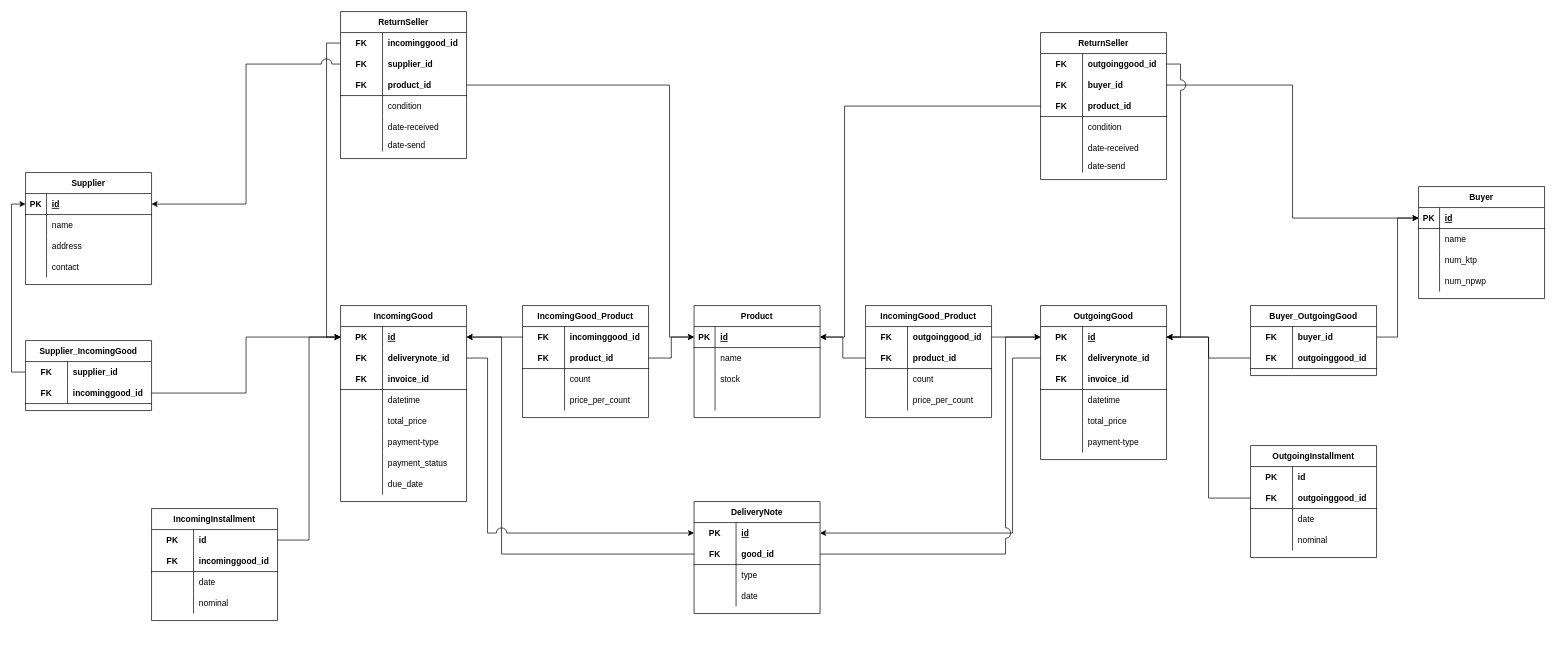
Before: docs/Relational Model.drawio in shandygunawan/InventoryStore, a draw.io diagram. Source tidied: cells renumbered, new cells numbered last; positions are measured from the earlier drawing's top-left corner, leaving out a move shared by most shapes. Both pictures are drawn from the tidied source at 70%, with x=0, y=0 at pixel (25, 11).
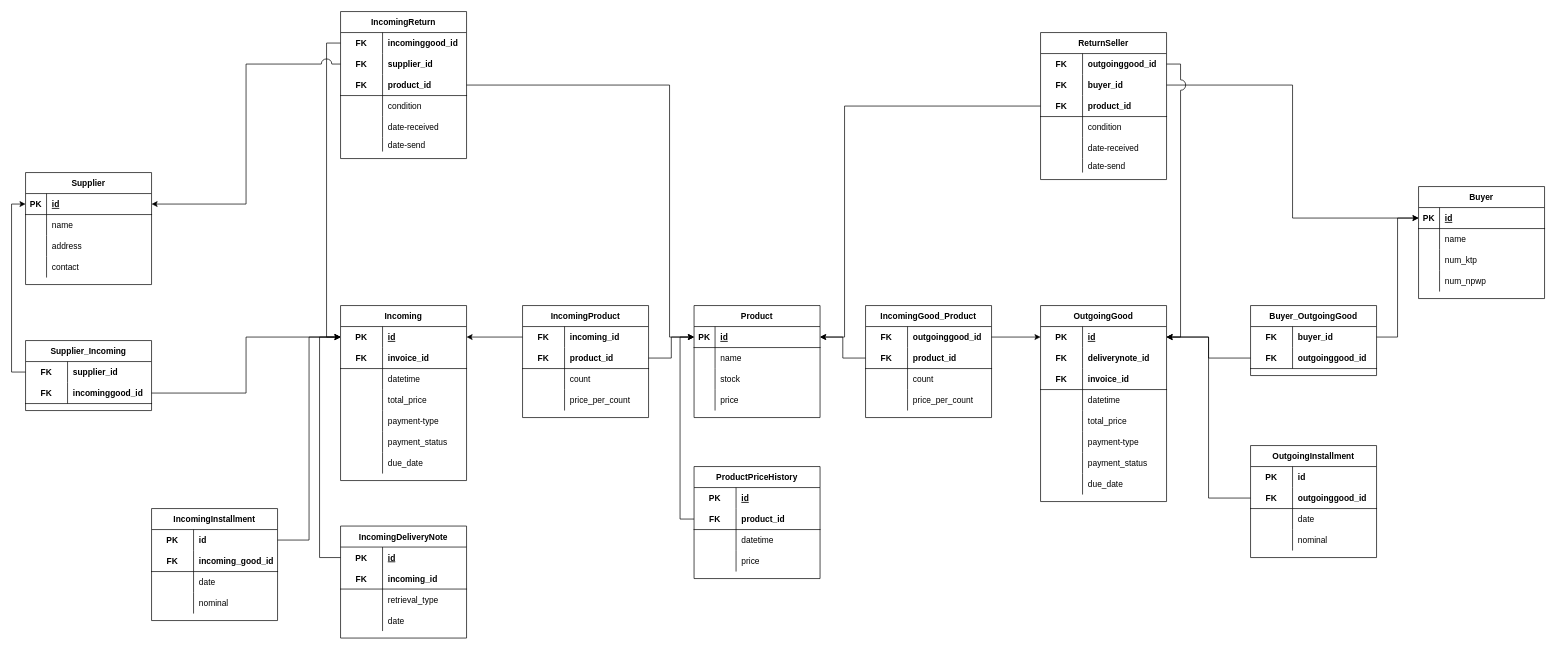
The same diagram, later.

The change refers to these unchanged cells:
```xml
<mxCell id="3" style="shape=partialRectangle;fillColor=none;top=0;left=0;bottom=1;right=0;points=[[0,0.5],[1,0.5]];portConstraint=eastwest;" parent="2" vertex="1">
  <mxGeometry y="30" width="180" height="30" as="geometry" />
</mxCell>
<mxCell id="12" style="shape=partialRectangle;fillColor=none;top=0;left=0;bottom=0;right=0;" parent="2" vertex="1">
  <mxGeometry y="120" width="180" height="30" as="geometry" />
</mxCell>
<mxCell id="16" style="shape=partialRectangle;fillColor=none;top=0;left=0;bottom=0;right=0;points=[[0,0.5],[1,0.5]];portConstraint=eastwest;" parent="15" vertex="1">
  <mxGeometry y="30" width="180" height="30" as="geometry" />
</mxCell>
<mxCell id="100" style="shape=partialRectangle;fillColor=none;top=0;left=0;bottom=0;right=0;points=[[0,0.5],[1,0.5]];portConstraint=eastwest;" parent="99" vertex="1">
  <mxGeometry y="30" width="180" height="30" as="geometry" />
</mxCell>
<mxCell id="129" style="shape=partialRectangle;fillColor=none;top=0;left=0;bottom=0;right=0;points=[[0,0.5],[1,0.5]];portConstraint=eastwest;" parent="128" vertex="1">
  <mxGeometry y="30" width="180" height="30" as="geometry" />
</mxCell>
<mxCell id="132" style="shape=partialRectangle;fillColor=none;top=0;left=0;bottom=0;right=0;points=[[0,0.5],[1,0.5]];portConstraint=eastwest;" parent="128" vertex="1">
  <mxGeometry y="60" width="180" height="30" as="geometry" />
</mxCell>
<mxCell id="198" style="shape=partialRectangle;fillColor=none;top=0;left=0;bottom=1;right=0;" parent="194" vertex="1">
  <mxGeometry y="60" width="180" height="30" as="geometry" />
</mxCell>
```

Change to the diagram source:
```diff
@@
-    <mxCell id="14" style="shape=partialRectangle;fillColor=none;top=0;left=0;bottom=0;right=0;align=left;spacingLeft=6;overflow=hidden;" parent="12" vertex="1">
+    <mxCell id="14" value="price" style="shape=partialRectangle;fillColor=none;top=0;left=0;bottom=0;right=0;align=left;spacingLeft=6;overflow=hidden;" parent="12" vertex="1">
       <mxGeometry x="30" width="150" height="30" as="geometry" />
     </mxCell>
-    <mxCell id="15" value="IncomingGood" style="shape=table;startSize=30;childLayout=tableLayout;rowLines=0;fontStyle=1;align=center;" parent="1" vertex="1">
-      <mxGeometry x="450" y="420" width="180" height="280" as="geometry" />
+    <mxCell id="15" value="Incoming" style="shape=table;startSize=30;childLayout=tableLayout;rowLines=0;fontStyle=1;align=center;" parent="1" vertex="1">
+      <mxGeometry x="450" y="420" width="180" height="250" as="geometry" />
     </mxCell>
@@
-    <mxCell id="19" style="shape=partialRectangle;fillColor=none;top=0;left=0;bottom=0;right=0;points=[[0,0.5],[1,0.5]];portConstraint=eastwest;" parent="15" vertex="1">
-      <mxGeometry y="60" width="180" height="30" as="geometry" />
-    </mxCell>
-    <mxCell id="20" value="FK" style="shape=partialRectangle;fillColor=none;top=0;left=0;bottom=0;right=0;fontStyle=1;overflow=hidden;" parent="19" vertex="1">
-      <mxGeometry width="60" height="30" as="geometry" />
-    </mxCell>
-    <mxCell id="21" value="deliverynote_id" style="shape=partialRectangle;fillColor=none;top=0;left=0;bottom=0;right=0;align=left;spacingLeft=6;fontStyle=1;overflow=hidden;" parent="19" vertex="1">
-      <mxGeometry x="60" width="120" height="30" as="geometry" />
-    </mxCell>
     <mxCell id="22" style="shape=partialRectangle;fillColor=none;top=0;left=0;bottom=1;right=0;" parent="15" vertex="1">
-      <mxGeometry y="90" width="180" height="30" as="geometry" />
+      <mxGeometry y="60" width="180" height="30" as="geometry" />
     </mxCell>
@@
     <mxCell id="25" style="shape=partialRectangle;fillColor=none;top=0;left=0;bottom=0;right=0;" parent="15" vertex="1">
-      <mxGeometry y="120" width="180" height="30" as="geometry" />
+      <mxGeometry y="90" width="180" height="30" as="geometry" />
     </mxCell>
@@
     <mxCell id="28" style="shape=partialRectangle;fillColor=none;top=0;left=0;bottom=0;right=0;" parent="15" vertex="1">
-      <mxGeometry y="150" width="180" height="30" as="geometry" />
+      <mxGeometry y="120" width="180" height="30" as="geometry" />
     </mxCell>
@@
     <mxCell id="31" style="shape=partialRectangle;fillColor=none;top=0;left=0;bottom=0;right=0;" parent="15" vertex="1">
-      <mxGeometry y="180" width="180" height="30" as="geometry" />
+      <mxGeometry y="150" width="180" height="30" as="geometry" />
     </mxCell>
@@
     <mxCell id="34" style="shape=partialRectangle;fillColor=none;top=0;left=0;bottom=0;right=0;" parent="15" vertex="1">
-      <mxGeometry y="210" width="180" height="30" as="geometry" />
+      <mxGeometry y="180" width="180" height="30" as="geometry" />
     </mxCell>
@@
     <mxCell id="37" style="shape=partialRectangle;fillColor=none;top=0;left=0;bottom=0;right=0;" parent="15" vertex="1">
-      <mxGeometry y="240" width="180" height="30" as="geometry" />
+      <mxGeometry y="210" width="180" height="30" as="geometry" />
     </mxCell>
@@
-    <mxCell id="40" value="DeliveryNote" style="shape=table;startSize=30;childLayout=tableLayout;rowLines=0;fontStyle=1;align=center;" parent="1" vertex="1">
-      <mxGeometry x="955" y="700" width="180" height="160" as="geometry" />
-    </mxCell>
-    <mxCell id="41" style="shape=partialRectangle;fillColor=none;top=0;left=0;bottom=0;right=0;points=[[0,0.5],[1,0.5]];portConstraint=eastwest;" parent="40" vertex="1">
-      <mxGeometry y="30" width="180" height="30" as="geometry" />
-    </mxCell>
-    <mxCell id="42" value="PK" style="shape=partialRectangle;fillColor=none;top=0;left=0;bottom=0;right=0;fontStyle=1;overflow=hidden;" parent="41" vertex="1">
-      <mxGeometry width="60" height="30" as="geometry" />
-    </mxCell>
-    <mxCell id="43" value="id" style="shape=partialRectangle;fillColor=none;top=0;left=0;bottom=0;right=0;align=left;spacingLeft=6;fontStyle=5;overflow=hidden;" parent="41" vertex="1">
-      <mxGeometry x="60" width="120" height="30" as="geometry" />
-    </mxCell>
-    <mxCell id="44" style="shape=partialRectangle;fillColor=none;top=0;left=0;bottom=1;right=0;points=[[0,0.5],[1,0.5]];portConstraint=eastwest;" parent="40" vertex="1">
-      <mxGeometry y="60" width="180" height="30" as="geometry" />
-    </mxCell>
-    <mxCell id="45" value="FK" style="shape=partialRectangle;fillColor=none;top=0;left=0;bottom=0;right=0;fontStyle=1;overflow=hidden;" parent="44" vertex="1">
-      <mxGeometry width="60" height="30" as="geometry" />
-    </mxCell>
-    <mxCell id="46" value="good_id" style="shape=partialRectangle;fillColor=none;top=0;left=0;bottom=0;right=0;align=left;spacingLeft=6;fontStyle=1;overflow=hidden;" parent="44" vertex="1">
-      <mxGeometry x="60" width="120" height="30" as="geometry" />
-    </mxCell>
-    <mxCell id="47" style="shape=partialRectangle;fillColor=none;top=0;left=0;bottom=0;right=0;" parent="40" vertex="1">
-      <mxGeometry y="90" width="180" height="30" as="geometry" />
-    </mxCell>
-    <mxCell id="48" style="shape=partialRectangle;fillColor=none;top=0;left=0;bottom=0;right=0;overflow=hidden;" parent="47" vertex="1">
-      <mxGeometry width="60" height="30" as="geometry" />
-    </mxCell>
-    <mxCell id="49" value="type" style="shape=partialRectangle;fillColor=none;top=0;left=0;bottom=0;right=0;align=left;spacingLeft=6;overflow=hidden;" parent="47" vertex="1">
-      <mxGeometry x="60" width="120" height="30" as="geometry" />
-    </mxCell>
-    <mxCell id="50" style="shape=partialRectangle;fillColor=none;top=0;left=0;bottom=0;right=0;" parent="40" vertex="1">
-      <mxGeometry y="120" width="180" height="30" as="geometry" />
-    </mxCell>
-    <mxCell id="51" style="shape=partialRectangle;fillColor=none;top=0;left=0;bottom=0;right=0;overflow=hidden;" parent="50" vertex="1">
-      <mxGeometry width="60" height="30" as="geometry" />
-    </mxCell>
-    <mxCell id="52" value="date" style="shape=partialRectangle;fillColor=none;top=0;left=0;bottom=0;right=0;align=left;spacingLeft=6;overflow=hidden;" parent="50" vertex="1">
-      <mxGeometry x="60" width="120" height="30" as="geometry" />
-    </mxCell>
-    <mxCell id="53" style="edgeStyle=orthogonalEdgeStyle;rounded=0;jumpStyle=arc;jumpSize=10;jettySize=auto;html=1;entryX=1;entryY=0.5;entryDx=0;entryDy=0;" parent="1" edge="1" source="44" target="16">
-      <mxGeometry relative="1" as="geometry">
-        <Array as="points">
-          <mxPoint x="680" y="775" />
-          <mxPoint x="680" y="465" />
-        </Array>
-      </mxGeometry>
-    </mxCell>
-    <mxCell id="54" style="edgeStyle=orthogonalEdgeStyle;rounded=0;jumpStyle=arc;jumpSize=15;jettySize=auto;html=1;entryX=0;entryY=0.5;entryDx=0;entryDy=0;" parent="1" edge="1" source="19" target="41">
-      <mxGeometry relative="1" as="geometry">
-        <Array as="points">
-          <mxPoint x="660" y="495" />
-          <mxPoint x="660" y="745" />
-        </Array>
-      </mxGeometry>
-    </mxCell>
@@
-    <mxCell id="68" value="Supplier_IncomingGood" style="shape=table;startSize=30;childLayout=tableLayout;rowLines=0;fontStyle=1;align=center;" parent="1" vertex="1">
+    <mxCell id="68" value="Supplier_Incoming" style="shape=table;startSize=30;childLayout=tableLayout;rowLines=0;fontStyle=1;align=center;" parent="1" vertex="1">
       <mxGeometry y="470" width="180" height="100" as="geometry" />
     </mxCell>
@@
-    <mxCell id="77" value="ReturnSeller" style="shape=table;startSize=30;childLayout=tableLayout;rowLines=0;fontStyle=1;align=center;" parent="1" vertex="1">
+    <mxCell id="77" value="IncomingReturn" style="shape=table;startSize=30;childLayout=tableLayout;rowLines=0;fontStyle=1;align=center;" parent="1" vertex="1">
       <mxGeometry x="450" width="180" height="210" as="geometry" />
     </mxCell>
@@
-    <mxCell id="99" value="IncomingGood_Product" style="shape=table;startSize=30;childLayout=tableLayout;rowLines=0;fontStyle=1;align=center;" parent="1" vertex="1">
+    <mxCell id="99" value="IncomingProduct" style="shape=table;startSize=30;childLayout=tableLayout;rowLines=0;fontStyle=1;align=center;" parent="1" vertex="1">
       <mxGeometry x="710" y="420" width="180" height="160" as="geometry" />
     </mxCell>
@@
-    <mxCell id="102" value="incominggood_id" style="shape=partialRectangle;fillColor=none;top=0;left=0;bottom=0;right=0;align=left;spacingLeft=6;fontStyle=1;overflow=hidden;" parent="100" vertex="1">
+    <mxCell id="102" value="incoming_id" style="shape=partialRectangle;fillColor=none;top=0;left=0;bottom=0;right=0;align=left;spacingLeft=6;fontStyle=1;overflow=hidden;" parent="100" vertex="1">
       <mxGeometry x="60" width="120" height="30" as="geometry" />
     </mxCell>
@@
     <mxCell id="128" value="OutgoingGood" style="shape=table;startSize=30;childLayout=tableLayout;rowLines=0;fontStyle=1;align=center;" parent="1" vertex="1">
-      <mxGeometry x="1450" y="420" width="180" height="220" as="geometry" />
+      <mxGeometry x="1450" y="420" width="180" height="280" as="geometry" />
     </mxCell>
@@
-    <mxCell id="147" style="edgeStyle=orthogonalEdgeStyle;rounded=0;jumpStyle=arc;jumpSize=15;jettySize=auto;html=1;entryX=1;entryY=0.5;entryDx=0;entryDy=0;" parent="1" edge="1" source="132" target="41">
-      <mxGeometry relative="1" as="geometry">
-        <Array as="points">
-          <mxPoint x="1410" y="495" />
-          <mxPoint x="1410" y="745" />
-        </Array>
-      </mxGeometry>
-    </mxCell>
-    <mxCell id="148" style="edgeStyle=orthogonalEdgeStyle;rounded=0;jumpStyle=arc;jumpSize=15;jettySize=auto;html=1;entryX=0;entryY=0.5;entryDx=0;entryDy=0;" parent="1" edge="1" source="44" target="129">
-      <mxGeometry relative="1" as="geometry">
-        <Array as="points">
-          <mxPoint x="1400" y="775" />
-          <mxPoint x="1400" y="465" />
-        </Array>
-      </mxGeometry>
-    </mxCell>
+    <mxCell id="222" style="shape=partialRectangle;fillColor=none;top=0;left=0;bottom=0;right=0;" parent="128" vertex="1">
+      <mxGeometry y="210" width="180" height="30" as="geometry" />
+    </mxCell>
+    <mxCell id="223" style="shape=partialRectangle;fillColor=none;top=0;left=0;bottom=0;right=0;overflow=hidden;" parent="222" vertex="1">
+      <mxGeometry width="60" height="30" as="geometry" />
+    </mxCell>
+    <mxCell id="224" value="payment_status" style="shape=partialRectangle;fillColor=none;top=0;left=0;bottom=0;right=0;align=left;spacingLeft=6;overflow=hidden;" parent="222" vertex="1">
+      <mxGeometry x="60" width="120" height="30" as="geometry" />
+    </mxCell>
+    <mxCell id="225" style="shape=partialRectangle;fillColor=none;top=0;left=0;bottom=0;right=0;" parent="128" vertex="1">
+      <mxGeometry y="240" width="180" height="30" as="geometry" />
+    </mxCell>
+    <mxCell id="226" style="shape=partialRectangle;fillColor=none;top=0;left=0;bottom=0;right=0;overflow=hidden;" parent="225" vertex="1">
+      <mxGeometry width="60" height="30" as="geometry" />
+    </mxCell>
+    <mxCell id="227" value="due_date" style="shape=partialRectangle;fillColor=none;top=0;left=0;bottom=0;right=0;align=left;spacingLeft=6;overflow=hidden;" parent="225" vertex="1">
+      <mxGeometry x="60" width="120" height="30" as="geometry" />
+    </mxCell>
@@
-    <mxCell id="200" value="incominggood_id" style="shape=partialRectangle;fillColor=none;top=0;left=0;bottom=0;right=0;align=left;spacingLeft=6;fontStyle=1;overflow=hidden;" parent="198" vertex="1">
+    <mxCell id="200" value="incoming_good_id" style="shape=partialRectangle;fillColor=none;top=0;left=0;bottom=0;right=0;align=left;spacingLeft=6;fontStyle=1;overflow=hidden;" parent="198" vertex="1">
       <mxGeometry x="60" width="120" height="30" as="geometry" />
     </mxCell>
@@
+    <mxCell id="228" value="IncomingDeliveryNote" style="shape=table;startSize=30;childLayout=tableLayout;rowLines=0;fontStyle=1;align=center;" parent="1" vertex="1">
+      <mxGeometry x="450" y="735" width="180" height="160" as="geometry" />
+    </mxCell>
+    <mxCell id="229" style="shape=partialRectangle;fillColor=none;top=0;left=0;bottom=0;right=0;points=[[0,0.5],[1,0.5]];portConstraint=eastwest;" parent="228" vertex="1">
+      <mxGeometry y="30" width="180" height="30" as="geometry" />
+    </mxCell>
+    <mxCell id="230" value="PK" style="shape=partialRectangle;fillColor=none;top=0;left=0;bottom=0;right=0;fontStyle=1;overflow=hidden;" parent="229" vertex="1">
+      <mxGeometry width="60" height="30" as="geometry" />
+    </mxCell>
+    <mxCell id="231" value="id" style="shape=partialRectangle;fillColor=none;top=0;left=0;bottom=0;right=0;align=left;spacingLeft=6;fontStyle=5;overflow=hidden;" parent="229" vertex="1">
+      <mxGeometry x="60" width="120" height="30" as="geometry" />
+    </mxCell>
+    <mxCell id="232" style="shape=partialRectangle;fillColor=none;top=0;left=0;bottom=1;right=0;" parent="228" vertex="1">
+      <mxGeometry y="60" width="180" height="30" as="geometry" />
+    </mxCell>
+    <mxCell id="233" value="FK" style="shape=partialRectangle;fillColor=none;top=0;left=0;bottom=0;right=0;fontStyle=1;overflow=hidden;" parent="232" vertex="1">
+      <mxGeometry width="60" height="30" as="geometry" />
+    </mxCell>
+    <mxCell id="234" value="incoming_id" style="shape=partialRectangle;fillColor=none;top=0;left=0;bottom=0;right=0;align=left;spacingLeft=6;fontStyle=1;overflow=hidden;" parent="232" vertex="1">
+      <mxGeometry x="60" width="120" height="30" as="geometry" />
+    </mxCell>
+    <mxCell id="235" style="shape=partialRectangle;fillColor=none;top=0;left=0;bottom=0;right=0;" parent="228" vertex="1">
+      <mxGeometry y="90" width="180" height="30" as="geometry" />
+    </mxCell>
+    <mxCell id="236" style="shape=partialRectangle;fillColor=none;top=0;left=0;bottom=0;right=0;overflow=hidden;" parent="235" vertex="1">
+      <mxGeometry width="60" height="30" as="geometry" />
+    </mxCell>
+    <mxCell id="237" value="retrieval_type" style="shape=partialRectangle;fillColor=none;top=0;left=0;bottom=0;right=0;align=left;spacingLeft=6;overflow=hidden;" parent="235" vertex="1">
+      <mxGeometry x="60" width="120" height="30" as="geometry" />
+    </mxCell>
+    <mxCell id="238" style="shape=partialRectangle;fillColor=none;top=0;left=0;bottom=0;right=0;" parent="228" vertex="1">
+      <mxGeometry y="120" width="180" height="30" as="geometry" />
+    </mxCell>
+    <mxCell id="239" style="shape=partialRectangle;fillColor=none;top=0;left=0;bottom=0;right=0;overflow=hidden;" parent="238" vertex="1">
+      <mxGeometry width="60" height="30" as="geometry" />
+    </mxCell>
+    <mxCell id="52" value="date" style="shape=partialRectangle;fillColor=none;top=0;left=0;bottom=0;right=0;align=left;spacingLeft=6;overflow=hidden;" parent="238" vertex="1">
+      <mxGeometry x="60" width="120" height="30" as="geometry" />
+    </mxCell>
+    <mxCell id="240" style="edgeStyle=orthogonalEdgeStyle;rounded=0;jettySize=auto;html=1;entryX=0;entryY=0.5;entryDx=0;entryDy=0;" parent="1" edge="1" source="229" target="16">
+      <mxGeometry relative="1" as="geometry">
+        <Array as="points">
+          <mxPoint x="420" y="780" />
+          <mxPoint x="420" y="465" />
+        </Array>
+      </mxGeometry>
+    </mxCell>
+    <mxCell id="241" value="ProductPriceHistory" style="shape=table;startSize=30;childLayout=tableLayout;rowLines=0;fontStyle=1;align=center;" parent="1" vertex="1">
+      <mxGeometry x="955" y="650" width="180" height="160" as="geometry" />
+    </mxCell>
+    <mxCell id="242" style="shape=partialRectangle;fillColor=none;top=0;left=0;bottom=0;right=0;" parent="241" vertex="1">
+      <mxGeometry y="30" width="180" height="30" as="geometry" />
+    </mxCell>
+    <mxCell id="243" value="PK" style="shape=partialRectangle;fillColor=none;top=0;left=0;bottom=0;right=0;fontStyle=1;overflow=hidden;" parent="242" vertex="1">
+      <mxGeometry width="60" height="30" as="geometry" />
+    </mxCell>
+    <mxCell id="244" value="id" style="shape=partialRectangle;fillColor=none;top=0;left=0;bottom=0;right=0;align=left;spacingLeft=6;fontStyle=5;overflow=hidden;" parent="242" vertex="1">
+      <mxGeometry x="60" width="120" height="30" as="geometry" />
+    </mxCell>
+    <mxCell id="245" style="shape=partialRectangle;fillColor=none;top=0;left=0;bottom=1;right=0;points=[[0,0.5],[1,0.5]];portConstraint=eastwest;" parent="241" vertex="1">
+      <mxGeometry y="60" width="180" height="30" as="geometry" />
+    </mxCell>
+    <mxCell id="246" value="FK" style="shape=partialRectangle;fillColor=none;top=0;left=0;bottom=0;right=0;fontStyle=1;overflow=hidden;" parent="245" vertex="1">
+      <mxGeometry width="60" height="30" as="geometry" />
+    </mxCell>
+    <mxCell id="247" value="product_id" style="shape=partialRectangle;fillColor=none;top=0;left=0;bottom=0;right=0;align=left;spacingLeft=6;fontStyle=1;overflow=hidden;" parent="245" vertex="1">
+      <mxGeometry x="60" width="120" height="30" as="geometry" />
+    </mxCell>
+    <mxCell id="248" style="shape=partialRectangle;fillColor=none;top=0;left=0;bottom=0;right=0;" parent="241" vertex="1">
+      <mxGeometry y="90" width="180" height="30" as="geometry" />
+    </mxCell>
+    <mxCell id="249" style="shape=partialRectangle;fillColor=none;top=0;left=0;bottom=0;right=0;overflow=hidden;" parent="248" vertex="1">
+      <mxGeometry width="60" height="30" as="geometry" />
+    </mxCell>
+    <mxCell id="250" value="datetime" style="shape=partialRectangle;fillColor=none;top=0;left=0;bottom=0;right=0;align=left;spacingLeft=6;overflow=hidden;" parent="248" vertex="1">
+      <mxGeometry x="60" width="120" height="30" as="geometry" />
+    </mxCell>
+    <mxCell id="251" style="shape=partialRectangle;fillColor=none;top=0;left=0;bottom=0;right=0;" parent="241" vertex="1">
+      <mxGeometry y="120" width="180" height="30" as="geometry" />
+    </mxCell>
+    <mxCell id="252" style="shape=partialRectangle;fillColor=none;top=0;left=0;bottom=0;right=0;overflow=hidden;" parent="251" vertex="1">
+      <mxGeometry width="60" height="30" as="geometry" />
+    </mxCell>
+    <mxCell id="253" value="price" style="shape=partialRectangle;fillColor=none;top=0;left=0;bottom=0;right=0;align=left;spacingLeft=6;overflow=hidden;" parent="251" vertex="1">
+      <mxGeometry x="60" width="120" height="30" as="geometry" />
+    </mxCell>
+    <mxCell id="254" style="edgeStyle=orthogonalEdgeStyle;rounded=0;jettySize=auto;html=1;entryX=0;entryY=0.5;entryDx=0;entryDy=0;" parent="1" edge="1" source="245" target="3">
+      <mxGeometry relative="1" as="geometry" />
+    </mxCell>
```
